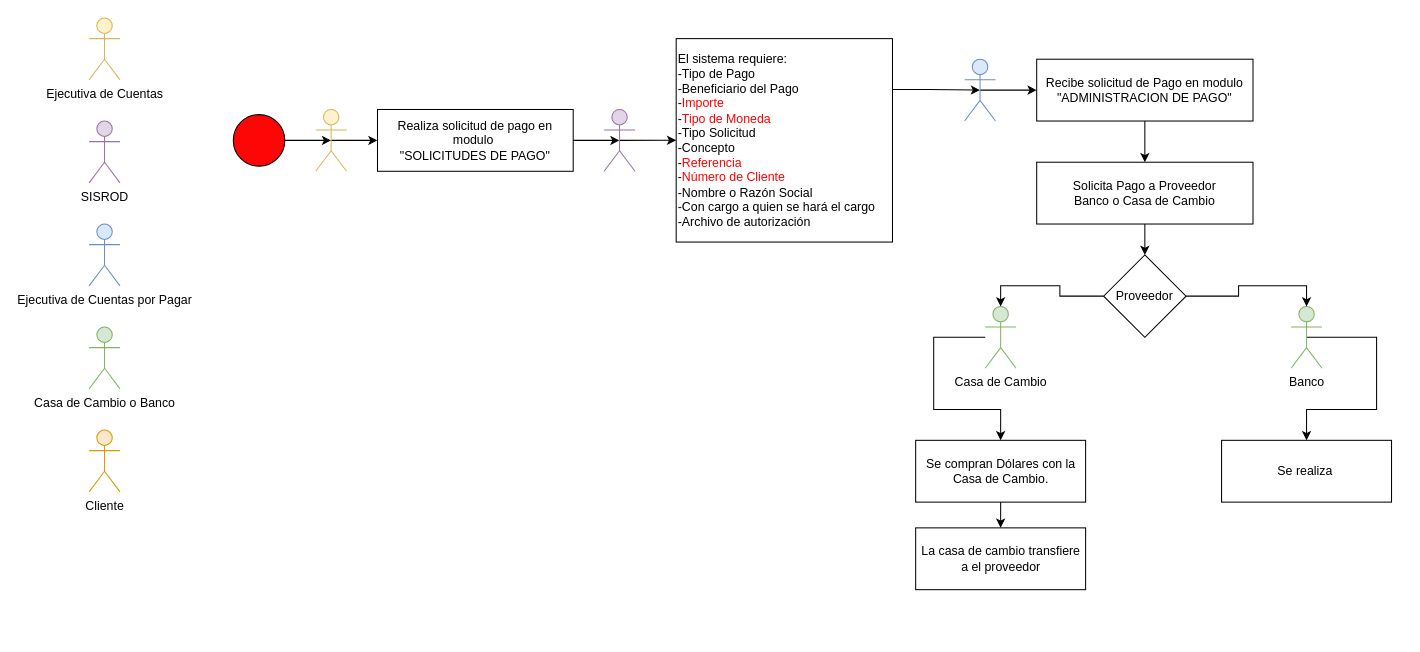
The draw.io diagram Envio de Comprobante de Dolares en Solicitudes de Pago/Diagrama sin título.drawio in GeersonMena/DiagramasDraw, before the edit. Source tidied: cells renumbered, new cells numbered last; positions are measured from the earlier drawing's top-left corner, leaving out a move shared by most shapes. Both pictures are drawn from the tidied source at 103%, with x=0, y=0 at pixel (89, 18).
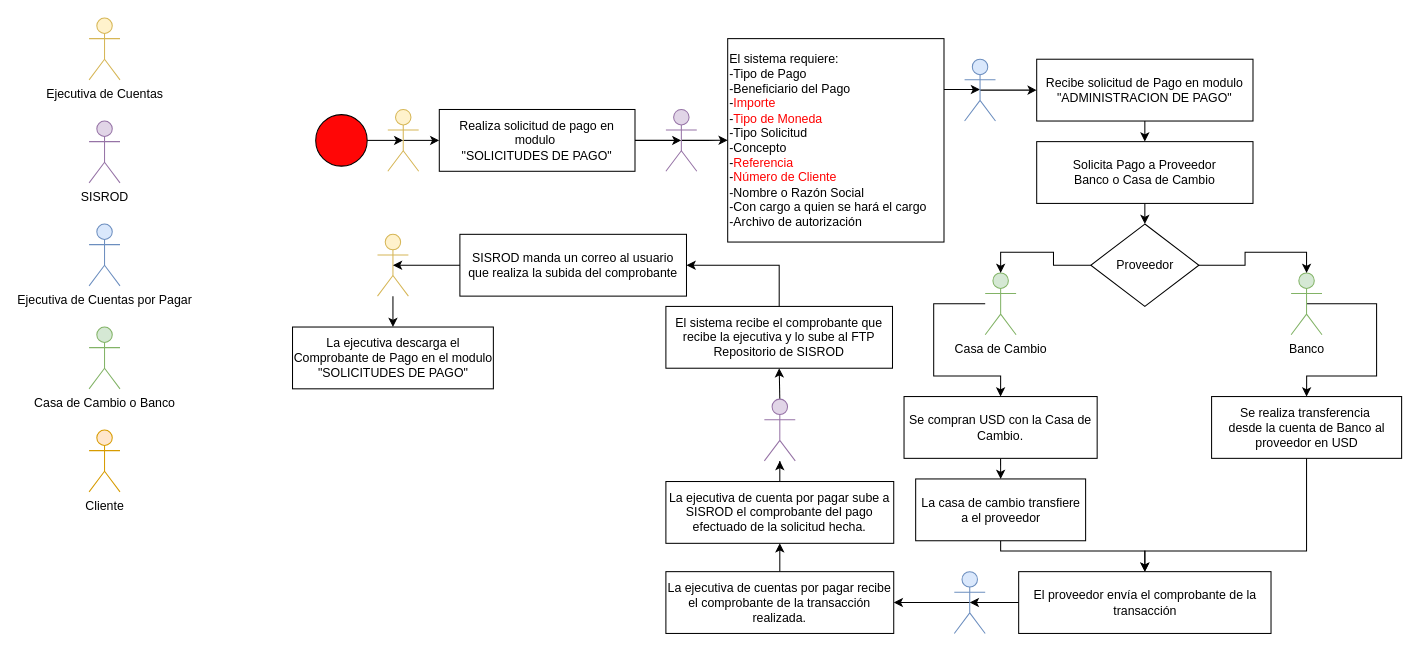
After the change.

Diff of the diagram source:
```diff
@@
     <mxCell id="2" style="ellipse;whiteSpace=wrap;html=1;fillColor=#FF0606;" parent="1" vertex="1">
-      <mxGeometry x="140" y="93.8" width="50" height="50" as="geometry" />
+      <mxGeometry x="220" y="93.8" width="50" height="50" as="geometry" />
     </mxCell>
+    <mxCell id="34" style="edgeStyle=orthogonalEdgeStyle;rounded=0;jettySize=auto;html=1;" parent="1" edge="1" source="3" target="51">
+      <mxGeometry relative="1" as="geometry" />
+    </mxCell>
-    <mxCell id="3" value="Ejecutiva de Cuentas" style="shape=umlActor;verticalLabelPosition=bottom;verticalAlign=top;html=1;outlineConnect=0;fillColor=#fff2cc;strokeColor=#d6b656;" parent="1" vertex="1">
-      <mxGeometry width="30" height="60" as="geometry" />
+    <mxCell id="3" style="shape=umlActor;verticalLabelPosition=bottom;verticalAlign=top;html=1;outlineConnect=0;fillColor=#fff2cc;strokeColor=#d6b656;" parent="1" vertex="1">
+      <mxGeometry x="280" y="210" width="30" height="60" as="geometry" />
     </mxCell>
@@
     <mxCell id="5" style="shape=umlActor;verticalLabelPosition=bottom;verticalAlign=top;html=1;outlineConnect=0;fillColor=#fff2cc;strokeColor=#d6b656;" parent="1" vertex="1">
-      <mxGeometry x="220" y="88.8" width="30" height="60" as="geometry" />
+      <mxGeometry x="290" y="88.8" width="30" height="60" as="geometry" />
     </mxCell>
     <mxCell id="6" value="&lt;div style=&quot;&quot;&gt;Realiza solicitud de pago en modulo&amp;nbsp;&lt;/div&gt;&lt;div style=&quot;&quot;&gt;&quot;SOLICITUDES DE PAGO&quot;&lt;br&gt;&lt;/div&gt;" style="rounded=0;whiteSpace=wrap;html=1;" parent="1" vertex="1">
-      <mxGeometry x="280" y="88.8" width="190" height="60" as="geometry" />
+      <mxGeometry x="340" y="88.8" width="190" height="60" as="geometry" />
     </mxCell>
@@
     <mxCell id="10" style="shape=umlActor;verticalLabelPosition=bottom;verticalAlign=top;html=1;outlineConnect=0;fillColor=#e1d5e7;strokeColor=#9673a6;" parent="1" vertex="1">
-      <mxGeometry x="500" y="88.8" width="30" height="60" as="geometry" />
+      <mxGeometry x="560" y="88.8" width="30" height="60" as="geometry" />
     </mxCell>
@@
     <mxCell id="12" value="&lt;div style=&quot;&quot;&gt;&lt;span style=&quot;background-color: transparent; color: light-dark(rgb(0, 0, 0), rgb(255, 255, 255));&quot;&gt;El sistema requiere:&lt;/span&gt;&lt;/div&gt;&lt;span style=&quot;background-color: transparent; color: light-dark(rgb(0, 0, 0), rgb(255, 255, 255));&quot;&gt;&lt;div style=&quot;&quot;&gt;&lt;span style=&quot;background-color: transparent; color: light-dark(rgb(0, 0, 0), rgb(255, 255, 255));&quot;&gt;-Tipo de Pago&lt;/span&gt;&lt;/div&gt;&lt;/span&gt;&lt;span style=&quot;background-color: transparent; color: light-dark(rgb(0, 0, 0), rgb(255, 255, 255));&quot;&gt;&lt;div style=&quot;&quot;&gt;&lt;span style=&quot;background-color: transparent; color: light-dark(rgb(0, 0, 0), rgb(255, 255, 255));&quot;&gt;-Beneficiario del Pago&lt;/span&gt;&lt;/div&gt;&lt;/span&gt;&lt;span style=&quot;background-color: transparent; color: light-dark(rgb(0, 0, 0), rgb(255, 255, 255));&quot;&gt;&lt;div style=&quot;&quot;&gt;&lt;span style=&quot;background-color: transparent; color: light-dark(rgb(0, 0, 0), rgb(255, 255, 255));&quot;&gt;-&lt;/span&gt;&lt;font style=&quot;background-color: transparent; color: rgb(255, 0, 0);&quot;&gt;Importe&lt;/font&gt;&lt;/div&gt;&lt;/span&gt;&lt;span style=&quot;background-color: transparent; color: light-dark(rgb(0, 0, 0), rgb(255, 255, 255));&quot;&gt;&lt;div style=&quot;&quot;&gt;&lt;span style=&quot;background-color: transparent; color: light-dark(rgb(0, 0, 0), rgb(255, 255, 255));&quot;&gt;-&lt;/span&gt;&lt;span style=&quot;background-color: transparent; color: light-dark(rgb(0, 0, 0), rgb(255, 255, 255));&quot;&gt;&lt;font style=&quot;color: light-dark(rgb(255, 0, 0), rgb(255, 255, 255));&quot;&gt;Tipo de Moneda&lt;/font&gt;&lt;/span&gt;&lt;/div&gt;&lt;/span&gt;&lt;span style=&quot;color: light-dark(rgb(0, 0, 0), rgb(237, 237, 237)); background-color: transparent;&quot;&gt;&lt;div style=&quot;&quot;&gt;&lt;span style=&quot;background-color: transparent; color: light-dark(rgb(0, 0, 0), rgb(237, 237, 237));&quot;&gt;-Tipo Solicitud&amp;nbsp;&lt;/span&gt;&lt;/div&gt;&lt;/span&gt;&lt;span style=&quot;background-color: transparent; color: light-dark(rgb(0, 0, 0), rgb(255, 255, 255));&quot;&gt;&lt;div style=&quot;&quot;&gt;&lt;span style=&quot;background-color: transparent; color: light-dark(rgb(0, 0, 0), rgb(255, 255, 255));&quot;&gt;-Concepto&lt;/span&gt;&lt;/div&gt;&lt;/span&gt;&lt;span style=&quot;background-color: transparent; color: light-dark(rgb(0, 0, 0), rgb(255, 255, 255));&quot;&gt;&lt;div style=&quot;&quot;&gt;&lt;span style=&quot;background-color: transparent; color: light-dark(rgb(0, 0, 0), rgb(255, 255, 255));&quot;&gt;-&lt;/span&gt;&lt;font style=&quot;background-color: transparent; color: rgb(255, 0, 0);&quot;&gt;Referencia&lt;/font&gt;&lt;/div&gt;&lt;/span&gt;&lt;span style=&quot;background-color: transparent; color: light-dark(rgb(0, 0, 0), rgb(255, 255, 255));&quot;&gt;&lt;div style=&quot;&quot;&gt;&lt;span style=&quot;background-color: transparent; color: light-dark(rgb(0, 0, 0), rgb(255, 255, 255));&quot;&gt;-&lt;/span&gt;&lt;font style=&quot;background-color: transparent; color: light-dark(rgb(255, 0, 0), rgb(237, 237, 237));&quot;&gt;Número de Cliente&lt;/font&gt;&lt;/div&gt;&lt;/span&gt;&lt;span style=&quot;background-color: transparent; color: light-dark(rgb(0, 0, 0), rgb(255, 255, 255));&quot;&gt;&lt;div style=&quot;&quot;&gt;&lt;span style=&quot;background-color: transparent; color: light-dark(rgb(0, 0, 0), rgb(255, 255, 255));&quot;&gt;-&lt;/span&gt;&lt;font style=&quot;background-color: transparent; color: light-dark(rgb(0, 0, 0), rgb(255, 255, 255));&quot;&gt;&lt;font style=&quot;color: light-dark(rgb(0, 0, 0), rgb(237, 237, 237));&quot;&gt;Nombre o Razón Social&lt;/font&gt;&lt;/font&gt;&lt;/div&gt;&lt;/span&gt;&lt;span style=&quot;color: light-dark(rgb(0, 0, 0), rgb(237, 237, 237)); background-color: transparent;&quot;&gt;&lt;div style=&quot;&quot;&gt;&lt;span style=&quot;background-color: transparent; color: light-dark(rgb(0, 0, 0), rgb(237, 237, 237));&quot;&gt;-Con cargo a quien se hará el cargo&lt;/span&gt;&lt;/div&gt;&lt;/span&gt;&lt;div style=&quot;&quot;&gt;-Archivo de autorización&lt;/div&gt;" style="rounded=0;whiteSpace=wrap;html=1;align=left;" parent="1" vertex="1">
-      <mxGeometry x="570" y="20" width="210" height="197.5" as="geometry" />
+      <mxGeometry x="620" y="20" width="210" height="197.5" as="geometry" />
     </mxCell>
@@
     <mxCell id="21" value="Proveedor" style="rhombus;whiteSpace=wrap;html=1;" parent="1" vertex="1">
-      <mxGeometry x="985" y="230" width="80" height="80" as="geometry" />
+      <mxGeometry x="972.5" y="200" width="105" height="80" as="geometry" />
     </mxCell>
@@
     <mxCell id="23" value="Solicita Pago a Proveedor&lt;br&gt;Banco o Casa de Cambio" style="rounded=0;whiteSpace=wrap;html=1;" parent="1" vertex="1">
-      <mxGeometry x="920" y="140" width="210" height="60" as="geometry" />
+      <mxGeometry x="920" y="120" width="210" height="60" as="geometry" />
     </mxCell>
     <mxCell id="24" style="edgeStyle=orthogonalEdgeStyle;rounded=0;jettySize=auto;html=1;entryX=0.5;entryY=0;entryDx=0;entryDy=0;" parent="1" edge="1" target="31">
       <mxGeometry relative="1" as="geometry">
-        <mxPoint x="870" y="310" as="sourcePoint" />
+        <mxPoint x="870" y="277.5" as="sourcePoint" />
         <Array as="points">
-          <mxPoint x="820" y="310" />
-          <mxPoint x="820" y="380" />
-          <mxPoint x="885" y="380" />
+          <mxPoint x="820" y="277.5" />
+          <mxPoint x="820" y="347.5" />
+          <mxPoint x="885" y="347.5" />
         </Array>
       </mxGeometry>
     </mxCell>
     <mxCell id="25" value="Casa de Cambio" style="shape=umlActor;verticalLabelPosition=bottom;verticalAlign=top;html=1;outlineConnect=0;fillColor=#d5e8d4;strokeColor=#82b366;" parent="1" vertex="1">
-      <mxGeometry x="870" y="280" width="30" height="60" as="geometry" />
+      <mxGeometry x="870" y="247.5" width="30" height="60" as="geometry" />
     </mxCell>
     <mxCell id="26" style="edgeStyle=orthogonalEdgeStyle;rounded=0;jettySize=auto;html=1;exitX=0.5;exitY=0.5;exitDx=0;exitDy=0;exitPerimeter=0;entryX=0.5;entryY=0;entryDx=0;entryDy=0;" parent="1" edge="1" source="27" target="33">
       <mxGeometry relative="1" as="geometry">
         <Array as="points">
-          <mxPoint x="1250" y="310" />
-          <mxPoint x="1250" y="380" />
-          <mxPoint x="1182" y="380" />
+          <mxPoint x="1250" y="277.5" />
+          <mxPoint x="1250" y="347.5" />
+          <mxPoint x="1182" y="347.5" />
         </Array>
       </mxGeometry>
     </mxCell>
     <mxCell id="27" value="Banco" style="shape=umlActor;verticalLabelPosition=bottom;verticalAlign=top;html=1;outlineConnect=0;fillColor=#d5e8d4;strokeColor=#82b366;" parent="1" vertex="1">
-      <mxGeometry x="1167" y="280" width="30" height="60" as="geometry" />
+      <mxGeometry x="1167" y="247.5" width="30" height="60" as="geometry" />
     </mxCell>
@@
-    <mxCell id="31" value="Se compran Dólares con la Casa de Cambio." style="rounded=0;whiteSpace=wrap;html=1;" parent="1" vertex="1">
-      <mxGeometry x="802.5" y="410" width="165" height="60" as="geometry" />
+    <mxCell id="31" value="Se compran USD con la Casa de Cambio." style="rounded=0;whiteSpace=wrap;html=1;" parent="1" vertex="1">
+      <mxGeometry x="791.2" y="367.5" width="187.5" height="60" as="geometry" />
     </mxCell>
+    <mxCell id="35" style="edgeStyle=orthogonalEdgeStyle;rounded=0;jettySize=auto;html=1;exitX=0.5;exitY=1;exitDx=0;exitDy=0;entryX=0.5;entryY=0;entryDx=0;entryDy=0;" parent="1" edge="1" source="32" target="37">
+      <mxGeometry relative="1" as="geometry">
+        <Array as="points">
+          <mxPoint x="885" y="517.5" />
+          <mxPoint x="1025" y="517.5" />
+        </Array>
+      </mxGeometry>
+    </mxCell>
     <mxCell id="32" value="La casa de cambio transfiere a el proveedor" style="rounded=0;whiteSpace=wrap;html=1;" parent="1" vertex="1">
-      <mxGeometry x="802.5" y="495" width="165" height="60" as="geometry" />
+      <mxGeometry x="802.5" y="447.5" width="165" height="60" as="geometry" />
     </mxCell>
+    <mxCell id="36" style="edgeStyle=orthogonalEdgeStyle;rounded=0;jettySize=auto;html=1;exitX=0.5;exitY=1;exitDx=0;exitDy=0;entryX=0.5;entryY=0;entryDx=0;entryDy=0;" parent="1" edge="1" target="37">
+      <mxGeometry relative="1" as="geometry">
+        <mxPoint x="1182" y="397.5" as="sourcePoint" />
+        <Array as="points">
+          <mxPoint x="1182" y="517.5" />
+          <mxPoint x="1025" y="517.5" />
+        </Array>
+      </mxGeometry>
+    </mxCell>
-    <mxCell id="33" value="Se realiza&amp;nbsp;" style="rounded=0;whiteSpace=wrap;html=1;" parent="1" vertex="1">
-      <mxGeometry x="1099.5" y="410" width="165" height="60" as="geometry" />
+    <mxCell id="33" value="Se realiza transferencia&amp;nbsp;&lt;div&gt;desde la cuenta de Banco al proveedor en USD&lt;/div&gt;" style="rounded=0;whiteSpace=wrap;html=1;" parent="1" vertex="1">
+      <mxGeometry x="1089.8" y="367.5" width="184.5" height="60" as="geometry" />
     </mxCell>
+    <mxCell id="37" value="El proveedor envía el comprobante de la transacción" style="rounded=0;whiteSpace=wrap;html=1;" parent="1" vertex="1">
+      <mxGeometry x="902.5" y="537.5" width="245" height="60" as="geometry" />
+    </mxCell>
+    <mxCell id="38" style="edgeStyle=orthogonalEdgeStyle;rounded=0;jettySize=auto;html=1;exitX=0.5;exitY=0.5;exitDx=0;exitDy=0;exitPerimeter=0;entryX=1;entryY=0.5;entryDx=0;entryDy=0;" parent="1" edge="1" source="39" target="42">
+      <mxGeometry relative="1" as="geometry" />
+    </mxCell>
+    <mxCell id="39" style="shape=umlActor;verticalLabelPosition=bottom;verticalAlign=top;html=1;outlineConnect=0;fillColor=#dae8fc;strokeColor=#6c8ebf;" parent="1" vertex="1">
+      <mxGeometry x="840" y="537.5" width="30" height="60" as="geometry" />
+    </mxCell>
+    <mxCell id="40" style="edgeStyle=orthogonalEdgeStyle;rounded=0;jettySize=auto;html=1;exitX=0;exitY=0.5;exitDx=0;exitDy=0;entryX=0.5;entryY=0.5;entryDx=0;entryDy=0;entryPerimeter=0;" parent="1" edge="1" source="37" target="39">
+      <mxGeometry relative="1" as="geometry" />
+    </mxCell>
+    <mxCell id="41" style="edgeStyle=orthogonalEdgeStyle;rounded=0;jettySize=auto;html=1;entryX=0.5;entryY=1;entryDx=0;entryDy=0;" parent="1" edge="1" source="42" target="44">
+      <mxGeometry relative="1" as="geometry" />
+    </mxCell>
+    <mxCell id="42" value="La ejecutiva de cuentas por pagar recibe el comprobante de la transacción realizada." style="rounded=0;whiteSpace=wrap;html=1;" parent="1" vertex="1">
+      <mxGeometry x="560" y="537.5" width="221.2" height="60" as="geometry" />
+    </mxCell>
+    <mxCell id="43" style="edgeStyle=orthogonalEdgeStyle;rounded=0;jettySize=auto;html=1;exitX=0.5;exitY=0;exitDx=0;exitDy=0;" parent="1" edge="1" source="44" target="46">
+      <mxGeometry relative="1" as="geometry" />
+    </mxCell>
+    <mxCell id="44" value="La ejecutiva de cuenta por pagar sube a SISROD el comprobante del pago efectuado de la solicitud hecha." style="rounded=0;whiteSpace=wrap;html=1;" parent="1" vertex="1">
+      <mxGeometry x="560" y="450" width="221.2" height="60" as="geometry" />
+    </mxCell>
+    <mxCell id="45" style="edgeStyle=orthogonalEdgeStyle;rounded=0;jettySize=auto;html=1;exitX=0.5;exitY=0;exitDx=0;exitDy=0;exitPerimeter=0;entryX=0.5;entryY=1;entryDx=0;entryDy=0;" parent="1" edge="1" source="46" target="48">
+      <mxGeometry relative="1" as="geometry" />
+    </mxCell>
+    <mxCell id="46" style="shape=umlActor;verticalLabelPosition=bottom;verticalAlign=top;html=1;outlineConnect=0;fillColor=#e1d5e7;strokeColor=#9673a6;" parent="1" vertex="1">
+      <mxGeometry x="655.6" y="370" width="30" height="60" as="geometry" />
+    </mxCell>
+    <mxCell id="47" style="edgeStyle=orthogonalEdgeStyle;rounded=0;jettySize=auto;html=1;exitX=0.5;exitY=0;exitDx=0;exitDy=0;entryX=1;entryY=0.5;entryDx=0;entryDy=0;" parent="1" edge="1" source="48" target="49">
+      <mxGeometry relative="1" as="geometry" />
+    </mxCell>
+    <mxCell id="48" value="El sistema recibe el comprobante que recibe la ejecutiva y lo sube al FTP Repositorio de SISROD" style="rounded=0;whiteSpace=wrap;html=1;" parent="1" vertex="1">
+      <mxGeometry x="560" y="280" width="220" height="60" as="geometry" />
+    </mxCell>
+    <mxCell id="49" value="SISROD manda un correo al usuario que realiza la subida del comprobante" style="rounded=0;whiteSpace=wrap;html=1;" parent="1" vertex="1">
+      <mxGeometry x="360" y="210" width="220" height="60" as="geometry" />
+    </mxCell>
+    <mxCell id="50" style="edgeStyle=orthogonalEdgeStyle;rounded=0;jettySize=auto;html=1;exitX=0;exitY=0.5;exitDx=0;exitDy=0;entryX=0.5;entryY=0.5;entryDx=0;entryDy=0;entryPerimeter=0;" parent="1" edge="1" source="49" target="3">
+      <mxGeometry relative="1" as="geometry" />
+    </mxCell>
+    <mxCell id="51" value="La ejecutiva descarga el Comprobante de Pago en el modulo &quot;SOLICITUDES DE PAGO&quot;" style="rounded=0;whiteSpace=wrap;html=1;" parent="1" vertex="1">
+      <mxGeometry x="197.5" y="300" width="195" height="60" as="geometry" />
+    </mxCell>
+    <mxCell id="52" value="Ejecutiva de Cuentas" style="shape=umlActor;verticalLabelPosition=bottom;verticalAlign=top;html=1;fillColor=#fff2cc;strokeColor=#d6b656;" parent="1" vertex="1">
+      <mxGeometry width="30" height="60" as="geometry" />
+    </mxCell>
```
